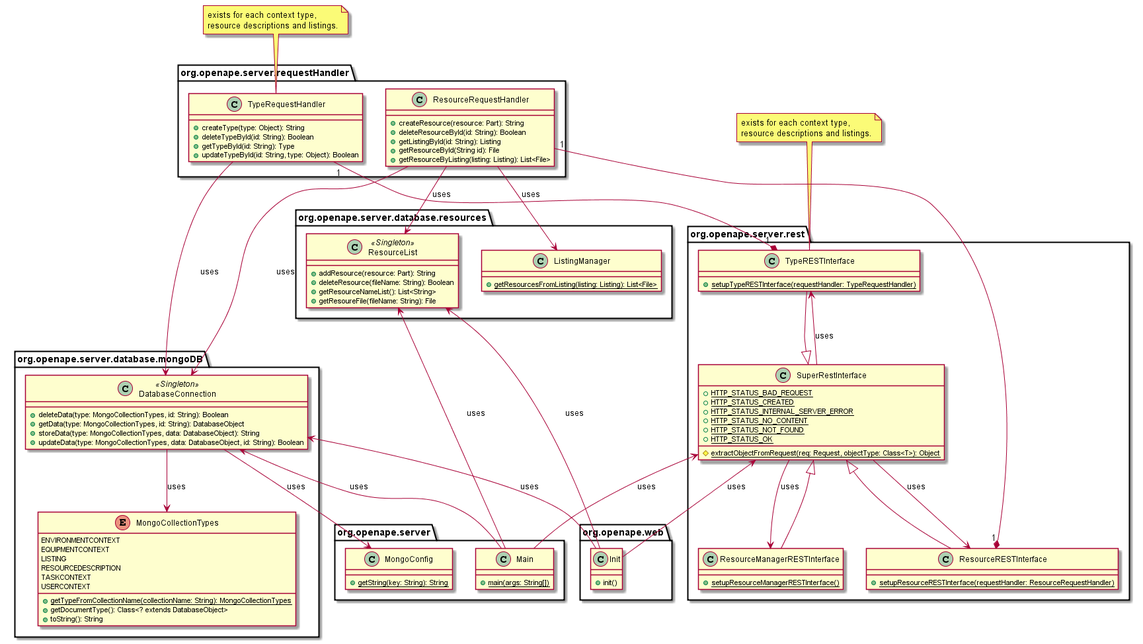
REMEXLabs/OpenAPE keeps this PlantUML diagram as documentation/uml/serveruml.png. Above is the earlier version.
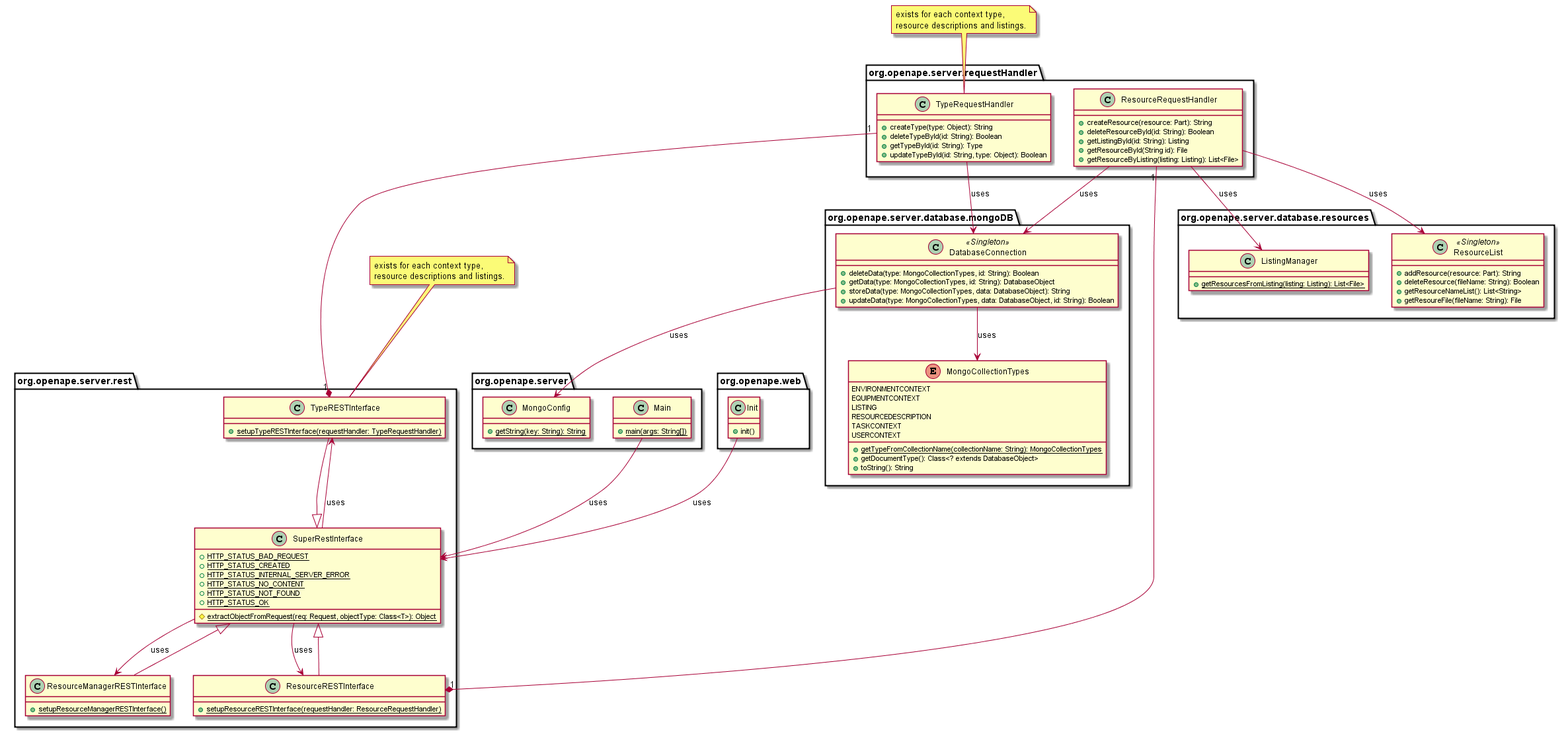
Later version of the same file.

Change to the diagram source:
```diff
@@ -69,12 +69,8 @@
 }
 org.openape.server.database.mongoDB.DatabaseConnection --> org.openape.server.database.mongoDB.MongoCollectionTypes :uses
 
-org.openape.server.database.mongoDB.DatabaseConnection <-- org.openape.server.Main :uses
-org.openape.server.database.resources.ResourceList <-- org.openape.server.Main :uses
-org.openape.server.rest.SuperRestInterface <-- org.openape.server.Main :uses
-org.openape.server.database.mongoDB.DatabaseConnection <-- org.openape.web.Init :uses
-org.openape.server.database.resources.ResourceList <-- org.openape.web.Init :uses
-org.openape.server.rest.SuperRestInterface <-- org.openape.web.Init :uses
+org.openape.server.Main --> org.openape.server.rest.SuperRestInterface :uses
+org.openape.web.Init --> org.openape.server.rest.SuperRestInterface :uses
 
 org.openape.server.database.mongoDB.DatabaseConnection --> org.openape.server.MongoConfig :uses
 
```
